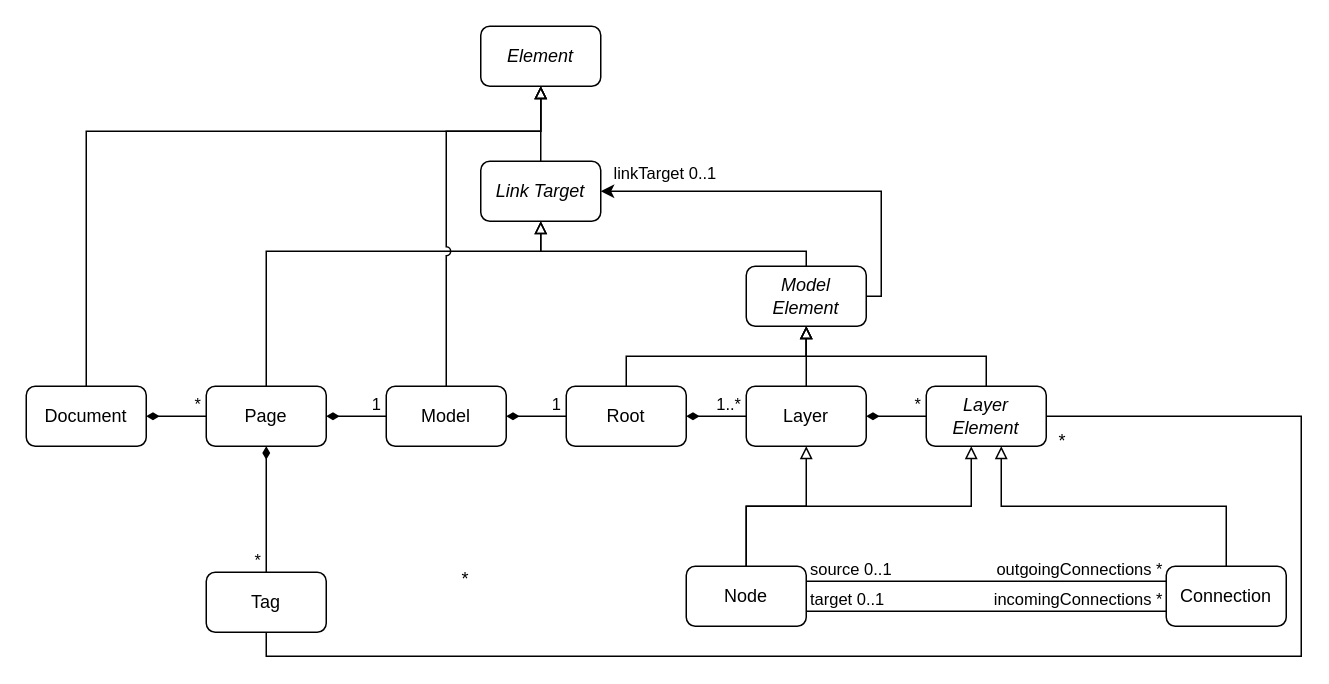
Earlier version of the draw.io diagram model/core/drawio/classes.drawio (Nasdanika/nasdanika.github.io). Source tidied: cells renumbered, new cells numbered last; positions are measured from the earlier drawing's top-left corner, leaving out a move shared by most shapes. Both pictures are drawn from the tidied source at 150%, with x=0, y=0 at pixel (26, 26).
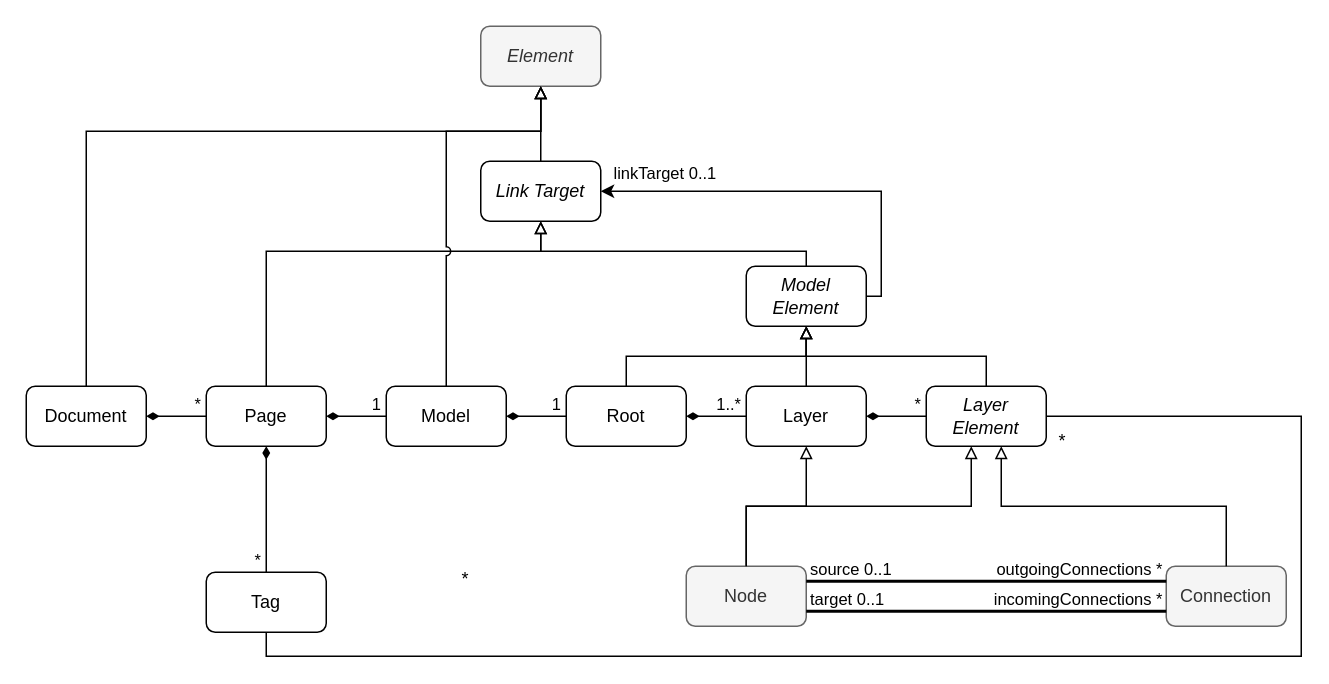
The same diagram, later.

Diff of the diagram source:
```diff
@@
-    <mxCell id="8" value="Element" style="rounded=1;whiteSpace=wrap;html=1;fontStyle=2;" parent="1" vertex="1">
+    <mxCell id="8" value="Element" style="rounded=1;whiteSpace=wrap;html=1;fontStyle=2;fillColor=#f5f5f5;fontColor=#333333;strokeColor=#666666;" parent="1" vertex="1">
       <mxGeometry x="303" width="80" height="40" as="geometry" />
     </mxCell>
@@
-    <mxCell id="12" value="Node" style="rounded=1;whiteSpace=wrap;html=1;" parent="1" vertex="1">
+    <mxCell id="12" value="Node" style="rounded=1;whiteSpace=wrap;html=1;fillColor=#f5f5f5;fontColor=#333333;strokeColor=#666666;" parent="1" vertex="1">
       <mxGeometry x="440" y="360" width="80" height="40" as="geometry" />
     </mxCell>
-    <mxCell id="13" value="Connection" style="rounded=1;whiteSpace=wrap;html=1;" parent="1" vertex="1">
+    <mxCell id="13" value="Connection" style="rounded=1;whiteSpace=wrap;html=1;fillColor=#f5f5f5;fontColor=#333333;strokeColor=#666666;" parent="1" vertex="1">
       <mxGeometry x="760" y="360" width="80" height="40" as="geometry" />
     </mxCell>
@@
-    <mxCell id="16" style="endArrow=none;html=1;edgeStyle=orthogonalEdgeStyle;rounded=0;entryX=0;entryY=0.25;entryDx=0;entryDy=0;exitX=1;exitY=0.25;exitDx=0;exitDy=0;" parent="1" edge="1" source="12" target="13">
+    <mxCell id="16" style="endArrow=none;html=1;edgeStyle=orthogonalEdgeStyle;rounded=0;entryX=0;entryY=0.25;entryDx=0;entryDy=0;exitX=1;exitY=0.25;exitDx=0;exitDy=0;strokeWidth=2;" parent="1" edge="1" source="12" target="13">
       <mxGeometry relative="1" as="geometry" />
     </mxCell>
@@
-    <mxCell id="29" style="endArrow=none;html=1;edgeStyle=orthogonalEdgeStyle;rounded=0;entryX=0;entryY=0.75;entryDx=0;entryDy=0;exitX=1;exitY=0.75;exitDx=0;exitDy=0;" parent="1" edge="1" source="12" target="13">
+    <mxCell id="29" style="endArrow=none;html=1;edgeStyle=orthogonalEdgeStyle;rounded=0;entryX=0;entryY=0.75;entryDx=0;entryDy=0;exitX=1;exitY=0.75;exitDx=0;exitDy=0;strokeWidth=2;" parent="1" edge="1" source="12" target="13">
       <mxGeometry relative="1" as="geometry">
         <Array as="points">
           <mxPoint x="640" y="390" />
           <mxPoint x="640" y="390" />
         </Array>
       </mxGeometry>
     </mxCell>
```
